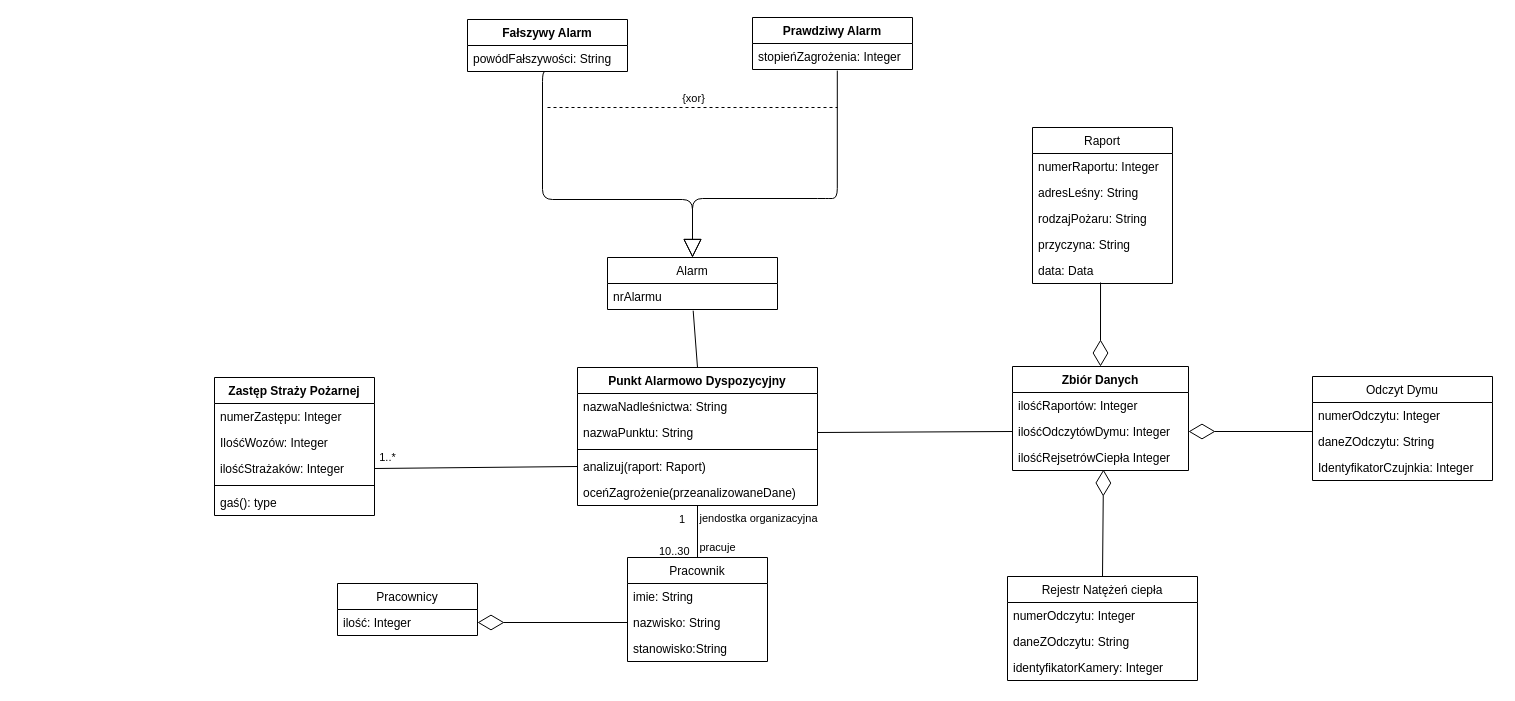
This is page "klasy" (2 of 9) of uml_pozar_lasu.drawio from broniuu/projekt_inzynieria, a draw.io file, before an edit. Source tidied: cells renumbered, new cells numbered last; positions are measured from the earlier drawing's top-left corner, leaving out a move shared by most shapes. Both pictures are drawn from the tidied source at 100%, with x=0, y=0 at pixel (214, 17).
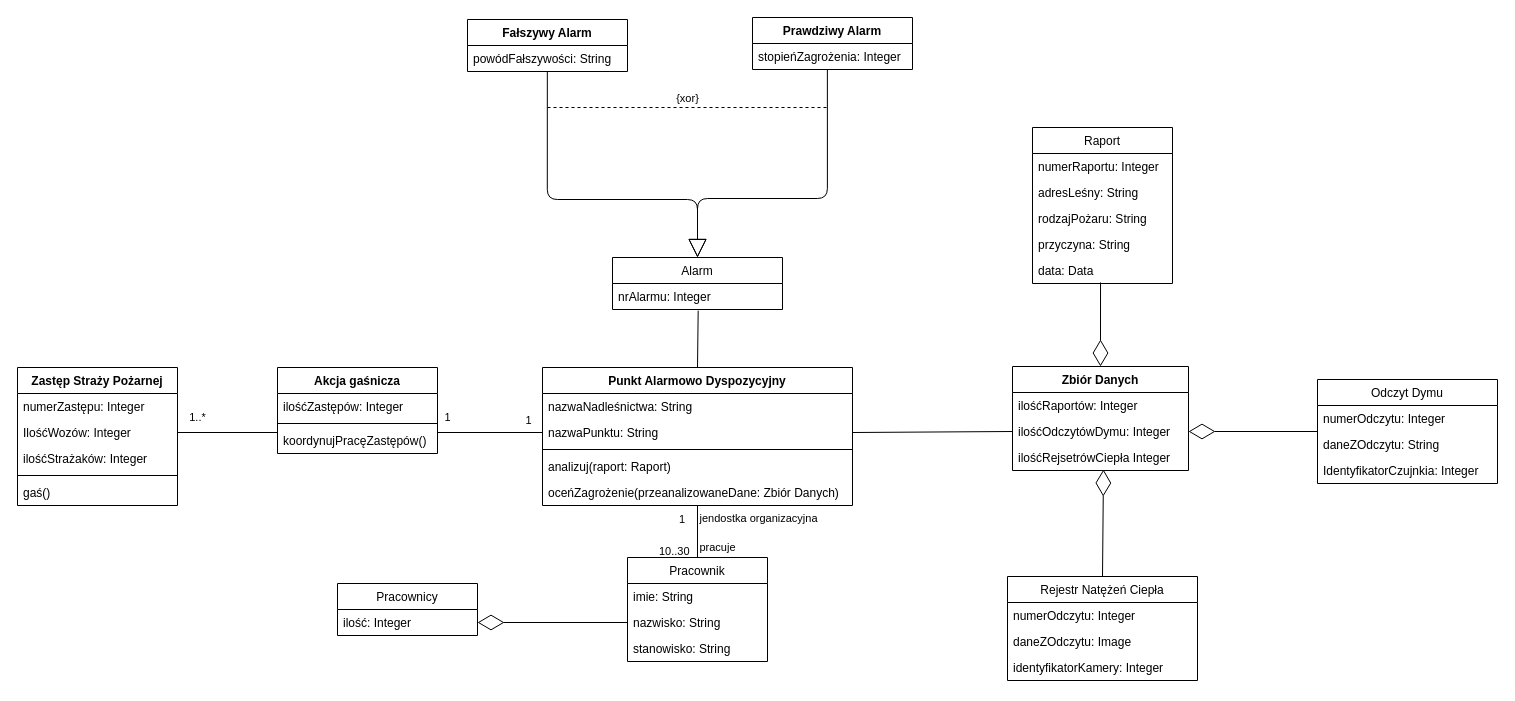
After the change.

The change refers to these unchanged cells:
```xml
<mxCell id="8" value="Pracownik" style="swimlane;fontStyle=0;horizontal=1;startSize=26;fillColor=none;" parent="1" vertex="1">
  <mxGeometry x="413" y="540" width="140" height="104" as="geometry" />
</mxCell>
<mxCell id="32" value="ilośćOdczytówDymu: Integer" style="text;strokeColor=none;fillColor=none;align=left;verticalAlign=top;spacingLeft=4;spacingRight=4;overflow=hidden;points=[[0,0.5],[1,0.5]];portConstraint=eastwest;" parent="30" vertex="1">
  <mxGeometry y="52" width="176" height="26" as="geometry" />
</mxCell>
<mxCell id="40" value="IlośćWozów: Integer" style="text;strokeColor=none;fillColor=none;align=left;verticalAlign=top;spacingLeft=4;spacingRight=4;overflow=hidden;points=[[0,0.5],[1,0.5]];portConstraint=eastwest;" parent="38" vertex="1">
  <mxGeometry y="52" width="160" height="26" as="geometry" />
</mxCell>
<mxCell id="41" value="ilośćStrażaków: Integer" style="text;strokeColor=none;fillColor=none;align=left;verticalAlign=top;spacingLeft=4;spacingRight=4;overflow=hidden;points=[[0,0.5],[1,0.5]];portConstraint=eastwest;" parent="38" vertex="1">
  <mxGeometry y="78" width="160" height="26" as="geometry" />
</mxCell>
<mxCell id="51" value="powódFałszywości: String" style="text;strokeColor=none;fillColor=none;align=left;verticalAlign=top;spacingLeft=4;spacingRight=4;overflow=hidden;points=[[0,0.5],[1,0.5]];portConstraint=eastwest;" parent="50" vertex="1">
  <mxGeometry y="26" width="160" height="26" as="geometry" />
</mxCell>
<mxCell id="53" value="stopieńZagrożenia: Integer" style="text;strokeColor=none;fillColor=none;align=left;verticalAlign=top;spacingLeft=4;spacingRight=4;overflow=hidden;points=[[0,0.5],[1,0.5]];portConstraint=eastwest;" parent="52" vertex="1">
  <mxGeometry y="26" width="160" height="26" as="geometry" />
</mxCell>
```

Diff of the diagram source:
```diff
@@
     <mxCell id="2" value="Punkt Alarmowo Dyspozycyjny" style="swimlane;fontStyle=1;align=center;verticalAlign=top;horizontal=1;startSize=26;" parent="1" vertex="1">
-      <mxGeometry x="363" y="350" width="240" height="138" as="geometry" />
+      <mxGeometry x="328" y="350" width="310" height="138" as="geometry" />
     </mxCell>
     <mxCell id="3" value="nazwaNadleśnictwa: String" style="text;strokeColor=none;fillColor=none;align=left;verticalAlign=top;spacingLeft=4;spacingRight=4;overflow=hidden;" parent="2" vertex="1">
-      <mxGeometry y="26" width="240" height="26" as="geometry" />
+      <mxGeometry y="26" width="310" height="26" as="geometry" />
     </mxCell>
     <mxCell id="4" value="nazwaPunktu: String" style="text;strokeColor=none;fillColor=none;align=left;verticalAlign=top;spacingLeft=4;spacingRight=4;overflow=hidden;points=[[0,0.5],[1,0.5]];portConstraint=eastwest;" parent="2" vertex="1">
-      <mxGeometry y="52" width="240" height="26" as="geometry" />
+      <mxGeometry y="52" width="310" height="26" as="geometry" />
     </mxCell>
     <mxCell id="5" style="line;strokeWidth=1;fillColor=none;align=left;verticalAlign=middle;spacingTop=-1;spacingLeft=3;spacingRight=3;labelPosition=right;" parent="2" vertex="1">
-      <mxGeometry y="78" width="240" height="8" as="geometry" />
+      <mxGeometry y="78" width="310" height="8" as="geometry" />
     </mxCell>
     <mxCell id="6" value="analizuj(raport: Raport)" style="text;strokeColor=none;fillColor=none;align=left;verticalAlign=top;spacingLeft=4;spacingRight=4;overflow=hidden;points=[[0,0.5],[1,0.5]];portConstraint=eastwest;" parent="2" vertex="1">
-      <mxGeometry y="86" width="240" height="26" as="geometry" />
+      <mxGeometry y="86" width="310" height="26" as="geometry" />
     </mxCell>
-    <mxCell id="7" value="oceńZagrożenie(przeanalizowaneDane)" style="text;strokeColor=none;fillColor=none;align=left;verticalAlign=top;spacingLeft=4;spacingRight=4;overflow=hidden;points=[[0,0.5],[1,0.5]];portConstraint=eastwest;" parent="2" vertex="1">
-      <mxGeometry y="112" width="240" height="26" as="geometry" />
+    <mxCell id="7" value="oceńZagrożenie(przeanalizowaneDane: Zbiór Danych)" style="text;strokeColor=none;fillColor=none;align=left;verticalAlign=top;spacingLeft=4;spacingRight=4;overflow=hidden;points=[[0,0.5],[1,0.5]];portConstraint=eastwest;" parent="2" vertex="1">
+      <mxGeometry y="112" width="310" height="26" as="geometry" />
     </mxCell>
@@
-    <mxCell id="11" value="stanowisko:String" style="text;strokeColor=none;fillColor=none;align=left;verticalAlign=top;spacingLeft=4;spacingRight=4;overflow=hidden;" parent="8" vertex="1">
+    <mxCell id="11" value="stanowisko: String" style="text;strokeColor=none;fillColor=none;align=left;verticalAlign=top;spacingLeft=4;spacingRight=4;overflow=hidden;" parent="8" vertex="1">
       <mxGeometry y="78" width="140" height="26" as="geometry" />
     </mxCell>
@@
     <mxCell id="22" value="Odczyt Dymu" style="swimlane;fontStyle=0;horizontal=1;startSize=26;fillColor=none;" parent="1" vertex="1">
-      <mxGeometry x="1098" y="359" width="180" height="104" as="geometry" />
+      <mxGeometry x="1103" y="362" width="180" height="104" as="geometry" />
     </mxCell>
@@
-    <mxCell id="26" value="Rejestr Natężeń ciepła" style="swimlane;fontStyle=0;horizontal=1;startSize=26;fillColor=none;" parent="1" vertex="1">
+    <mxCell id="26" value="Rejestr Natężeń Ciepła" style="swimlane;fontStyle=0;horizontal=1;startSize=26;fillColor=none;" parent="1" vertex="1">
       <mxGeometry x="793" y="559" width="190" height="104" as="geometry" />
     </mxCell>
@@
-    <mxCell id="28" value="daneZOdczytu: String" style="text;strokeColor=none;fillColor=none;align=left;verticalAlign=top;spacingLeft=4;spacingRight=4;overflow=hidden;" parent="26" vertex="1">
+    <mxCell id="28" value="daneZOdczytu: Image" style="text;strokeColor=none;fillColor=none;align=left;verticalAlign=top;spacingLeft=4;spacingRight=4;overflow=hidden;" parent="26" vertex="1">
       <mxGeometry y="52" width="190" height="26" as="geometry" />
     </mxCell>
@@
-    <mxCell id="36" style="endArrow=diamondThin;endFill=0;endSize=24;html=1;entryX=1;entryY=0.5;entryDx=0;entryDy=0;exitX=0;exitY=0.5;exitDx=0;exitDy=0;" parent="1" edge="1" target="32">
-      <mxGeometry relative="1" as="geometry">
-        <mxPoint x="1098" y="414" as="sourcePoint" />
-      </mxGeometry>
+    <mxCell id="36" style="endArrow=diamondThin;endFill=0;endSize=24;html=1;entryX=1;entryY=0.5;entryDx=0;entryDy=0;exitX=0;exitY=0.5;exitDx=0;exitDy=0;" parent="1" edge="1" source="22" target="32">
+      <mxGeometry relative="1" as="geometry" />
     </mxCell>
@@
     <mxCell id="38" value="Zastęp Straży Pożarnej" style="swimlane;fontStyle=1;align=center;verticalAlign=top;horizontal=1;startSize=26;" parent="1" vertex="1">
-      <mxGeometry y="360" width="160" height="138" as="geometry" />
+      <mxGeometry x="-197" y="350" width="160" height="138" as="geometry" />
     </mxCell>
@@
-    <mxCell id="43" value="gaś(): type" style="text;strokeColor=none;fillColor=none;align=left;verticalAlign=top;spacingLeft=4;spacingRight=4;overflow=hidden;" parent="38" vertex="1">
+    <mxCell id="43" value="gaś()" style="text;strokeColor=none;fillColor=none;align=left;verticalAlign=top;spacingLeft=4;spacingRight=4;overflow=hidden;" parent="38" vertex="1">
       <mxGeometry y="112" width="160" height="26" as="geometry" />
     </mxCell>
@@
-    <mxCell id="45" value="1..*" style="endArrow=none;html=1;exitX=1;exitY=0.5;exitDx=0;exitDy=0;entryX=0;entryY=0.5;entryDx=0;entryDy=0;" parent="1" edge="1" source="41" target="6">
-      <mxGeometry x="-0.87" y="11" relative="1" as="geometry" />
+    <mxCell id="45" value="1..*" style="endArrow=none;html=1;exitX=1;exitY=0.5;exitDx=0;exitDy=0;entryX=0;entryY=0.5;entryDx=0;entryDy=0;" parent="1" edge="1" source="40">
+      <mxGeometry x="-0.6" y="15" relative="1" as="geometry">
+        <mxPoint x="63" y="415" as="targetPoint" />
+      </mxGeometry>
     </mxCell>
@@
     <mxCell id="48" value="Alarm" style="swimlane;fontStyle=0;horizontal=1;startSize=26;fillColor=none;" parent="1" vertex="1">
-      <mxGeometry x="393" y="240" width="170" height="52" as="geometry" />
+      <mxGeometry x="398" y="240" width="170" height="52" as="geometry" />
     </mxCell>
-    <mxCell id="49" value="nrAlarmu" style="text;strokeColor=none;fillColor=none;align=left;verticalAlign=top;spacingLeft=4;spacingRight=4;overflow=hidden;points=[[0,0.5],[1,0.5]];portConstraint=eastwest;" parent="48" vertex="1">
+    <mxCell id="49" value="nrAlarmu: Integer" style="text;strokeColor=none;fillColor=none;align=left;verticalAlign=top;spacingLeft=4;spacingRight=4;overflow=hidden;points=[[0,0.5],[1,0.5]];portConstraint=eastwest;" parent="48" vertex="1">
       <mxGeometry y="26" width="170" height="26" as="geometry" />
     </mxCell>
@@
     <mxCell id="54" style="endArrow=block;endSize=16;endFill=0;html=1;exitX=0.499;exitY=1;exitDx=0;exitDy=0;exitPerimeter=0;entryX=0.5;entryY=0;entryDx=0;entryDy=0;edgeStyle=orthogonalEdgeStyle;" parent="1" edge="1" source="51" target="48">
       <mxGeometry relative="1" as="geometry">
         <Array as="points">
-          <mxPoint x="328" y="182" />
-          <mxPoint x="478" y="182" />
+          <mxPoint x="333" y="182" />
+          <mxPoint x="483" y="182" />
         </Array>
       </mxGeometry>
     </mxCell>
-    <mxCell id="55" style="endArrow=block;endSize=16;endFill=0;html=1;exitX=0.53;exitY=1.045;exitDx=0;exitDy=0;exitPerimeter=0;edgeStyle=orthogonalEdgeStyle;" parent="1" edge="1" source="53">
+    <mxCell id="55" style="endArrow=block;endSize=16;endFill=0;html=1;exitX=0.468;exitY=0.985;exitDx=0;exitDy=0;exitPerimeter=0;edgeStyle=orthogonalEdgeStyle;entryX=0.5;entryY=0;entryDx=0;entryDy=0;" parent="1" edge="1" source="53" target="48">
       <mxGeometry relative="1" as="geometry">
-        <mxPoint x="478" y="240" as="targetPoint" />
         <Array as="points">
           <mxPoint x="613" y="181" />
-          <mxPoint x="478" y="181" />
-          <mxPoint x="478" y="240" />
+          <mxPoint x="483" y="181" />
         </Array>
       </mxGeometry>
     </mxCell>
     <mxCell id="56" style="endArrow=none;dashed=1;html=1;" parent="1" edge="1">
       <mxGeometry relative="1" as="geometry">
         <mxPoint x="333" y="90" as="sourcePoint" />
-        <mxPoint x="623" y="90" as="targetPoint" />
+        <mxPoint x="613" y="90" as="targetPoint" />
       </mxGeometry>
     </mxCell>
@@
+    <mxCell id="59" value="Akcja gaśnicza" style="swimlane;fontStyle=1;align=center;verticalAlign=top;horizontal=1;startSize=26;" parent="1" vertex="1">
+      <mxGeometry x="63" y="350" width="160" height="86" as="geometry" />
+    </mxCell>
+    <mxCell id="60" value="ilośćZastępów: Integer" style="text;strokeColor=none;fillColor=none;align=left;verticalAlign=top;spacingLeft=4;spacingRight=4;overflow=hidden;" parent="59" vertex="1">
+      <mxGeometry y="26" width="160" height="26" as="geometry" />
+    </mxCell>
+    <mxCell id="61" style="line;strokeWidth=1;fillColor=none;align=left;verticalAlign=middle;spacingTop=-1;spacingLeft=3;spacingRight=3;labelPosition=right;" parent="59" vertex="1">
+      <mxGeometry y="52" width="160" height="8" as="geometry" />
+    </mxCell>
+    <mxCell id="62" value="koordynujPracęZastępów()" style="text;strokeColor=none;fillColor=none;align=left;verticalAlign=top;spacingLeft=4;spacingRight=4;overflow=hidden;" parent="59" vertex="1">
+      <mxGeometry y="60" width="160" height="26" as="geometry" />
+    </mxCell>
+    <mxCell id="63" value="1" style="endArrow=none;html=1;exitX=1;exitY=0.5;exitDx=0;exitDy=0;entryX=0;entryY=0.5;entryDx=0;entryDy=0;" parent="1" edge="1" target="4">
+      <mxGeometry x="-0.81" y="15" relative="1" as="geometry">
+        <mxPoint x="223" y="415" as="sourcePoint" />
+      </mxGeometry>
+    </mxCell>
+    <mxCell id="64" value="1" style="edgeLabel;html=1;align=center;verticalAlign=middle;" parent="63" vertex="1">
+      <mxGeometry x="-0.2" y="-3" relative="1" as="geometry">
+        <mxPoint x="48" y="-16" as="offset" />
+      </mxGeometry>
+    </mxCell>
```
